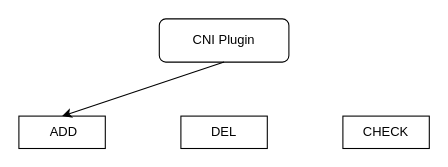
Earlier version of the draw.io diagram page "CNI" (4 of 12) of flows/流程图.drawio (godzilla-s/lightly-cni). Source tidied: cells renumbered, new cells numbered last; positions are measured from the earlier drawing's top-left corner, leaving out a move shared by most shapes. Both pictures are drawn from the tidied source at 108%, with x=0, y=0 at pixel (18, 18).
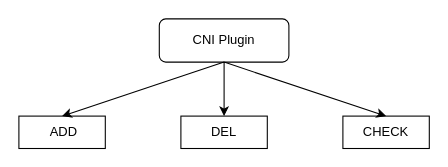
The same diagram, later.

Change to the diagram source:
```diff
@@
 <mxGraphModel>
   <root>
     <mxCell id="0" />
     <mxCell id="1" parent="0" />
     <mxCell id="2" value="CNI Plugin" style="rounded=1;whiteSpace=wrap;html=1;" parent="1" vertex="1">
       <mxGeometry x="130" width="120" height="40" as="geometry" />
     </mxCell>
     <mxCell id="3" value="&amp;nbsp;ADD" style="rounded=0;whiteSpace=wrap;html=1;" parent="1" vertex="1">
       <mxGeometry y="90" width="80" height="30" as="geometry" />
     </mxCell>
     <mxCell id="4" value="DEL" style="rounded=0;whiteSpace=wrap;html=1;" parent="1" vertex="1">
       <mxGeometry x="150" y="90" width="80" height="30" as="geometry" />
     </mxCell>
     <mxCell id="5" value="CHECK" style="rounded=0;whiteSpace=wrap;html=1;" parent="1" vertex="1">
       <mxGeometry x="300" y="90" width="80" height="30" as="geometry" />
     </mxCell>
     <mxCell id="6" style="endArrow=classic;html=1;rounded=0;exitX=0.5;exitY=1;exitDx=0;exitDy=0;entryX=0.5;entryY=0;entryDx=0;entryDy=0;" parent="1" edge="1" source="2" target="3">
       <mxGeometry relative="1" as="geometry" />
     </mxCell>
+    <mxCell id="7" style="endArrow=classic;html=1;rounded=0;exitX=0.5;exitY=1;exitDx=0;exitDy=0;entryX=0.5;entryY=0;entryDx=0;entryDy=0;" parent="1" edge="1" source="2" target="4">
+      <mxGeometry relative="1" as="geometry" />
+    </mxCell>
+    <mxCell id="8" style="endArrow=classic;html=1;rounded=0;exitX=0.5;exitY=1;exitDx=0;exitDy=0;entryX=0.5;entryY=0;entryDx=0;entryDy=0;" parent="1" edge="1" source="2" target="5">
+      <mxGeometry relative="1" as="geometry" />
+    </mxCell>
   </root>
 </mxGraphModel>
```
